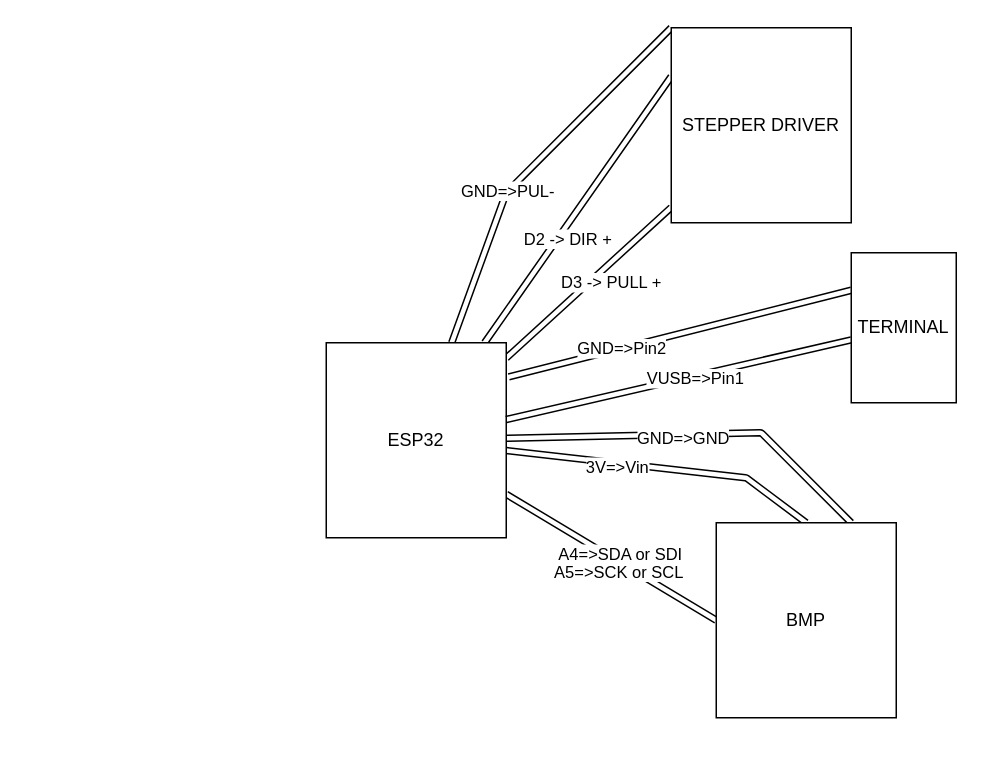
usfsoar/NSL_23-24_PayloadEECS keeps this draw.io diagram as page "Page-5" (5 of 6) of Design/Payload_charts.drawio. Above is the earlier version. Source tidied: cells renumbered, new cells numbered last; positions are measured from the earlier drawing's top-left corner, leaving out a move shared by most shapes. Both pictures are drawn from the tidied source at 150%, with x=0, y=0 at pixel (326, 27).
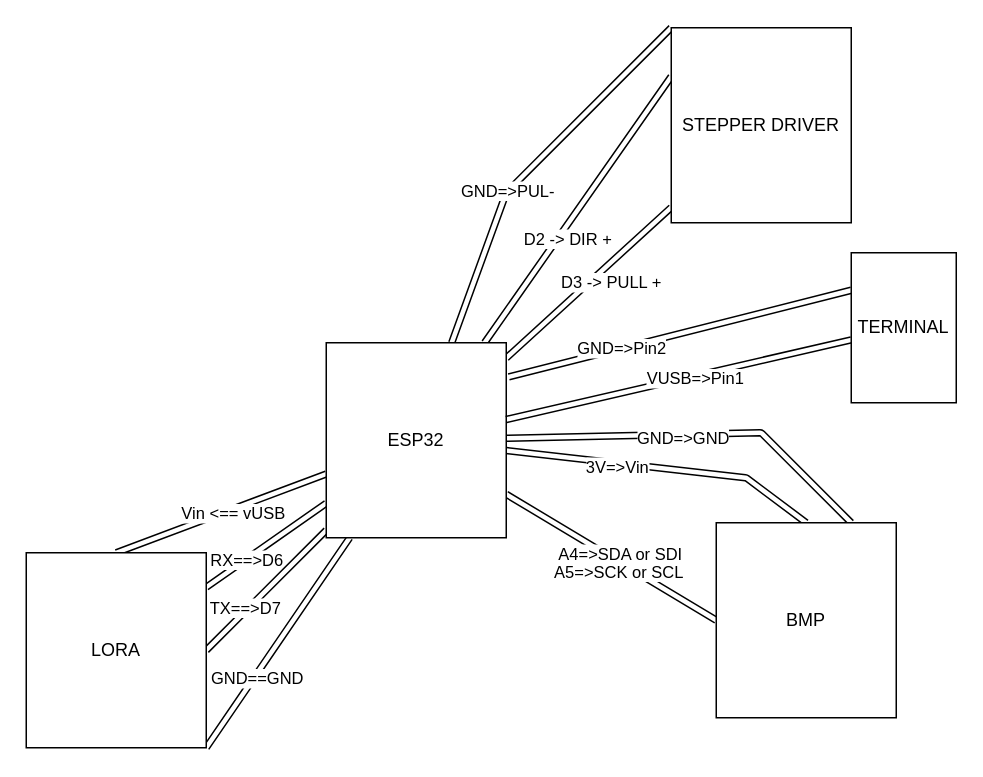
After the change.

Unchanged cells that the change refers to:
```xml
<mxCell id="15" value="ESP32" style="rounded=0;whiteSpace=wrap;html=1;" parent="1" vertex="1">
  <mxGeometry y="210" width="120" height="130" as="geometry" />
</mxCell>
```

What changed in the source:
```diff
@@
+    <mxCell id="23" style="edgeStyle=none;html=1;shape=link;entryX=0.5;entryY=0;entryDx=0;entryDy=0;" parent="1" edge="1" source="15" target="31">
+      <mxGeometry relative="1" as="geometry" />
+    </mxCell>
+    <mxCell id="24" value="Vin &amp;lt;== vUSB" style="edgeLabel;html=1;align=center;verticalAlign=middle;" parent="23" vertex="1">
+      <mxGeometry x="-0.09" y="2" relative="1" as="geometry" />
+    </mxCell>
+    <mxCell id="25" style="edgeStyle=none;shape=link;html=1;" parent="1" edge="1" source="15" target="31">
+      <mxGeometry relative="1" as="geometry" />
+    </mxCell>
+    <mxCell id="26" value="RX==&amp;gt;D6" style="edgeLabel;html=1;align=center;verticalAlign=middle;" parent="25" vertex="1">
+      <mxGeometry x="0.34" relative="1" as="geometry" />
+    </mxCell>
+    <mxCell id="27" style="edgeStyle=none;shape=link;html=1;entryX=1;entryY=0.5;entryDx=0;entryDy=0;" parent="1" edge="1" source="15" target="31">
+      <mxGeometry relative="1" as="geometry" />
+    </mxCell>
+    <mxCell id="28" value="TX==&amp;gt;D7" style="edgeLabel;html=1;align=center;verticalAlign=middle;" parent="27" vertex="1">
+      <mxGeometry x="0.32" y="-2" relative="1" as="geometry" />
+    </mxCell>
+    <mxCell id="29" style="edgeStyle=none;shape=link;html=1;entryX=1;entryY=1;entryDx=0;entryDy=0;" parent="1" edge="1" source="15" target="31">
+      <mxGeometry relative="1" as="geometry" />
+    </mxCell>
+    <mxCell id="30" value="GND==GND" style="edgeLabel;html=1;align=center;verticalAlign=middle;" parent="29" vertex="1">
+      <mxGeometry x="0.31" y="1" relative="1" as="geometry">
+        <mxPoint y="1" as="offset" />
+      </mxGeometry>
+    </mxCell>
@@
+    <mxCell id="31" value="LORA" style="rounded=0;whiteSpace=wrap;html=1;" parent="1" vertex="1">
+      <mxGeometry x="-200" y="350" width="120" height="130" as="geometry" />
+    </mxCell>
```
